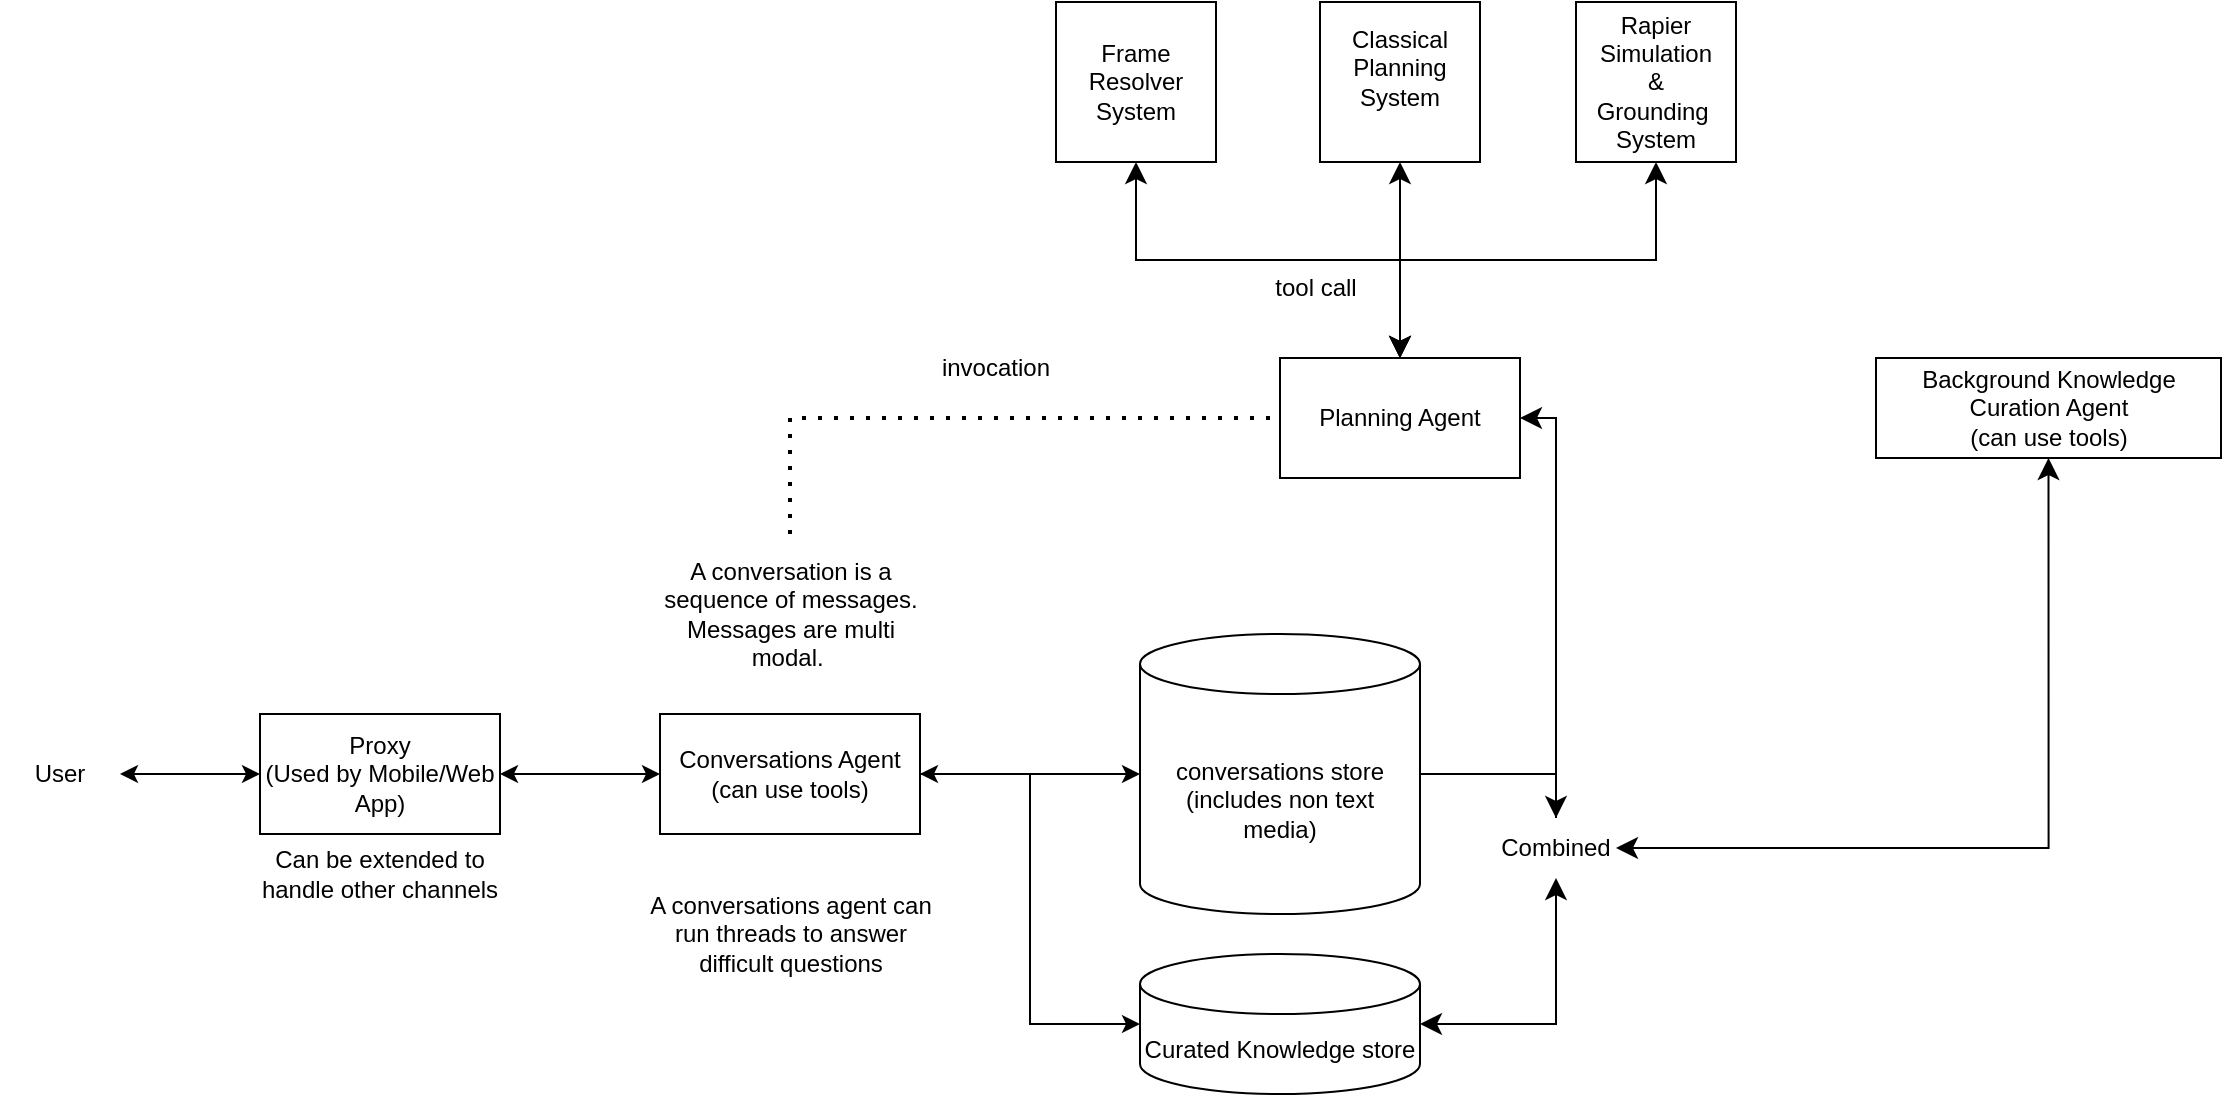
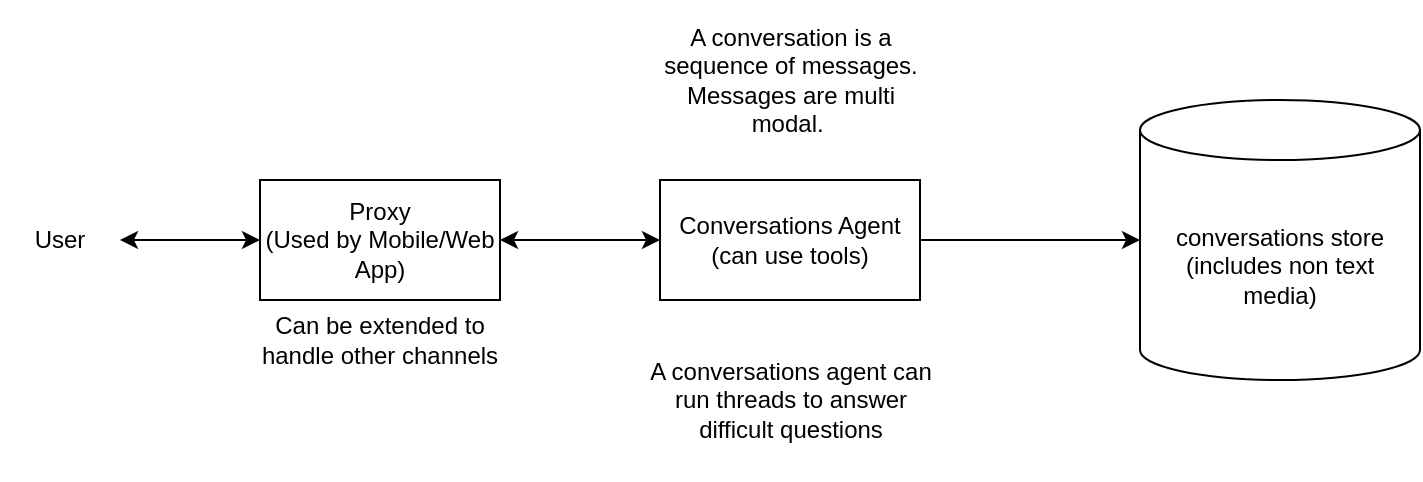
- <mxfile host="app.diagrams.net" agent="Mozilla/5.0 (Macintosh; Intel Mac OS X 10_15_7) AppleWebKit/537.36 (KHTML, like Gecko) Chrome/145.0.0.0 Safari/537.36" version="29.6.1">
+ <mxfile host="app.diagrams.net" agent="Mozilla/5.0 (Macintosh; Intel Mac OS X 10_15_7) AppleWebKit/537.36 (KHTML, like Gecko) Chrome/146.0.0.0 Safari/537.36" version="29.6.6">
  <diagram name="Page-1" id="Dqyu-HYP4LuDL_-nbSHv">
-     <mxGraphModel dx="1255" dy="631" grid="1" gridSize="10" guides="1" tooltips="1" connect="1" arrows="1" fold="1" page="1" pageScale="1" pageWidth="850" pageHeight="1100" math="0" shadow="0">
+     <mxGraphModel dx="1257" dy="584" grid="1" gridSize="10" guides="1" tooltips="1" connect="1" arrows="1" fold="1" page="1" pageScale="1" pageWidth="850" pageHeight="1100" math="0" shadow="0">
      <root>
        <mxCell id="0" />
        <mxCell id="1" parent="0" />
        <mxCell id="tdkvPv1jR6RBqB_QjgNG-2" parent="1" style="rounded=0;whiteSpace=wrap;html=1;" value="Proxy&lt;div&gt;(Used by Mobile/Web App)&lt;/div&gt;" vertex="1">
          <mxGeometry height="60" width="120" x="612" y="428" as="geometry" />
        </mxCell>
        <mxCell id="tdkvPv1jR6RBqB_QjgNG-3" parent="1" style="text;html=1;whiteSpace=wrap;strokeColor=none;fillColor=none;align=center;verticalAlign=middle;rounded=0;" value="Can be extended to handle other channels" vertex="1">
          <mxGeometry height="40" width="140" x="602" y="488" as="geometry" />
        </mxCell>
        <mxCell id="tdkvPv1jR6RBqB_QjgNG-4" parent="1" style="rounded=0;whiteSpace=wrap;html=1;" value="Conversations Agent&lt;br&gt;(can use tools)" vertex="1">
          <mxGeometry height="60" width="130" x="812" y="428" as="geometry" />
        </mxCell>
        <mxCell id="tdkvPv1jR6RBqB_QjgNG-5" parent="1" style="text;html=1;whiteSpace=wrap;strokeColor=none;fillColor=none;align=center;verticalAlign=middle;rounded=0;" value="A conversation is a sequence of messages.&lt;br&gt;Messages are multi modal.&amp;nbsp;" vertex="1">
          <mxGeometry height="80" width="145" x="804.5" y="338" as="geometry" />
        </mxCell>
-         <mxCell id="tdkvPv1jR6RBqB_QjgNG-47" edge="1" parent="1" source="tdkvPv1jR6RBqB_QjgNG-7" style="edgeStyle=orthogonalEdgeStyle;rounded=0;orthogonalLoop=1;jettySize=auto;html=1;entryX=0.5;entryY=0;entryDx=0;entryDy=0;fontSize=12;startSize=8;endSize=8;" target="tdkvPv1jR6RBqB_QjgNG-46">
-           <mxGeometry relative="1" as="geometry" />
-         </mxCell>
        <mxCell id="tdkvPv1jR6RBqB_QjgNG-7" parent="1" style="shape=cylinder3;whiteSpace=wrap;html=1;boundedLbl=1;backgroundOutline=1;size=15;" value="conversations store (includes non text &lt;br&gt;media)" vertex="1">
          <mxGeometry height="140" width="140" x="1052" y="388" as="geometry" />
-         </mxCell>
-         <mxCell id="tdkvPv1jR6RBqB_QjgNG-8" parent="1" style="rounded=0;whiteSpace=wrap;html=1;" value="Background Knowledge Curation Agent&lt;br&gt;(can use tools)" vertex="1">
-           <mxGeometry height="50" width="172.5" x="1420" y="250" as="geometry" />
        </mxCell>
        <mxCell id="tdkvPv1jR6RBqB_QjgNG-9" edge="1" parent="1" source="tdkvPv1jR6RBqB_QjgNG-2" style="endArrow=classic;startArrow=classic;html=1;rounded=0;entryX=0;entryY=0.5;entryDx=0;entryDy=0;exitX=1;exitY=0.5;exitDx=0;exitDy=0;" target="tdkvPv1jR6RBqB_QjgNG-4" value="">
          <mxGeometry height="50" relative="1" width="50" as="geometry">
            <mxPoint x="672" y="628" as="sourcePoint" />
            <mxPoint x="722" y="578" as="targetPoint" />
          </mxGeometry>
        </mxCell>
        <mxCell id="tdkvPv1jR6RBqB_QjgNG-10" edge="1" parent="1" style="endArrow=classic;startArrow=classic;html=1;rounded=0;entryX=0;entryY=0.5;entryDx=0;entryDy=0;" target="tdkvPv1jR6RBqB_QjgNG-2" value="">
          <mxGeometry height="50" relative="1" width="50" as="geometry">
            <mxPoint x="542" y="458" as="sourcePoint" />
            <mxPoint x="592" y="468" as="targetPoint" />
          </mxGeometry>
        </mxCell>
        <mxCell id="tdkvPv1jR6RBqB_QjgNG-11" parent="1" style="text;html=1;whiteSpace=wrap;strokeColor=none;fillColor=none;align=center;verticalAlign=middle;rounded=0;" value="User" vertex="1">
          <mxGeometry height="30" width="60" x="482" y="443" as="geometry" />
        </mxCell>
        <mxCell id="tdkvPv1jR6RBqB_QjgNG-12" edge="1" parent="1" source="tdkvPv1jR6RBqB_QjgNG-4" style="rounded=0;orthogonalLoop=1;jettySize=auto;html=1;entryX=0;entryY=0.5;entryDx=0;entryDy=0;entryPerimeter=0;" target="tdkvPv1jR6RBqB_QjgNG-7">
          <mxGeometry relative="1" as="geometry" />
        </mxCell>
-         <mxCell id="tdkvPv1jR6RBqB_QjgNG-13" parent="1" style="shape=cylinder3;whiteSpace=wrap;html=1;boundedLbl=1;backgroundOutline=1;size=15;" value="Curated Knowledge store" vertex="1">
-           <mxGeometry height="70" width="140" x="1052" y="548" as="geometry" />
-         </mxCell>
-         <mxCell id="tdkvPv1jR6RBqB_QjgNG-14" edge="1" parent="1" source="tdkvPv1jR6RBqB_QjgNG-4" style="endArrow=classic;startArrow=classic;html=1;rounded=0;entryX=0;entryY=0.5;entryDx=0;entryDy=0;entryPerimeter=0;exitX=1;exitY=0.5;exitDx=0;exitDy=0;edgeStyle=orthogonalEdgeStyle;" target="tdkvPv1jR6RBqB_QjgNG-13" value="">
-           <mxGeometry height="50" relative="1" width="50" as="geometry">
-             <mxPoint x="832" y="598" as="sourcePoint" />
-             <mxPoint x="882" y="548" as="targetPoint" />
-           </mxGeometry>
-         </mxCell>
        <mxCell id="tdkvPv1jR6RBqB_QjgNG-15" parent="1" style="text;html=1;whiteSpace=wrap;strokeColor=none;fillColor=none;align=center;verticalAlign=middle;rounded=0;" value="A conversations agent can run threads to answer difficult questions" vertex="1">
          <mxGeometry height="80" width="145" x="804.5" y="498" as="geometry" />
-         </mxCell>
-         <mxCell id="tdkvPv1jR6RBqB_QjgNG-25" parent="1" style="rounded=0;whiteSpace=wrap;html=1;" value="Planning Agent" vertex="1">
-           <mxGeometry height="60" width="120" x="1122" y="250" as="geometry" />
-         </mxCell>
-         <mxCell id="tdkvPv1jR6RBqB_QjgNG-27" parent="1" style="whiteSpace=wrap;html=1;aspect=fixed;" value="Frame Resolver&lt;div&gt;System&lt;/div&gt;" vertex="1">
-           <mxGeometry height="80" width="80" x="1010" y="72" as="geometry" />
-         </mxCell>
-         <mxCell id="tdkvPv1jR6RBqB_QjgNG-28" parent="1" style="whiteSpace=wrap;html=1;aspect=fixed;" value="Classical Planning&lt;div&gt;System&lt;br&gt;&lt;div&gt;&lt;br&gt;&lt;/div&gt;&lt;/div&gt;" vertex="1">
-           <mxGeometry height="80" width="80" x="1142" y="72" as="geometry" />
-         </mxCell>
-         <mxCell id="tdkvPv1jR6RBqB_QjgNG-29" parent="1" style="whiteSpace=wrap;html=1;aspect=fixed;" value="Rapier&lt;br&gt;Simulation&lt;div&gt;&amp;amp;&lt;/div&gt;&lt;div&gt;Grounding&amp;nbsp;&lt;/div&gt;&lt;div&gt;System&lt;/div&gt;" vertex="1">
-           <mxGeometry height="80" width="80" x="1270" y="72" as="geometry" />
-         </mxCell>
-         <mxCell id="tdkvPv1jR6RBqB_QjgNG-37" edge="1" parent="1" source="tdkvPv1jR6RBqB_QjgNG-25" style="endArrow=classic;startArrow=classic;html=1;rounded=0;fontSize=12;startSize=8;endSize=8;strokeColor=light-dark(#000000,#FF3333);entryX=0.5;entryY=1;entryDx=0;entryDy=0;exitX=0.5;exitY=0;exitDx=0;exitDy=0;edgeStyle=orthogonalEdgeStyle;" target="tdkvPv1jR6RBqB_QjgNG-27" value="">
-           <mxGeometry height="50" relative="1" width="50" as="geometry">
-             <mxPoint x="1020" y="392" as="sourcePoint" />
-             <mxPoint x="1070" y="342" as="targetPoint" />
-           </mxGeometry>
-         </mxCell>
-         <mxCell id="tdkvPv1jR6RBqB_QjgNG-38" edge="1" parent="1" source="tdkvPv1jR6RBqB_QjgNG-25" style="endArrow=classic;startArrow=classic;html=1;rounded=0;fontSize=12;startSize=8;endSize=8;curved=1;strokeColor=light-dark(#000000,#FF3333);entryX=0.5;entryY=1;entryDx=0;entryDy=0;exitX=0.5;exitY=0;exitDx=0;exitDy=0;" target="tdkvPv1jR6RBqB_QjgNG-28" value="">
-           <mxGeometry height="50" relative="1" width="50" as="geometry">
-             <mxPoint x="1020" y="392" as="sourcePoint" />
-             <mxPoint x="1070" y="342" as="targetPoint" />
-           </mxGeometry>
-         </mxCell>
-         <mxCell id="tdkvPv1jR6RBqB_QjgNG-40" edge="1" parent="1" source="tdkvPv1jR6RBqB_QjgNG-25" style="endArrow=classic;startArrow=classic;html=1;rounded=0;fontSize=12;startSize=8;endSize=8;strokeColor=light-dark(#000000,#FF3333);entryX=0.5;entryY=1;entryDx=0;entryDy=0;exitX=0.5;exitY=0;exitDx=0;exitDy=0;edgeStyle=orthogonalEdgeStyle;" target="tdkvPv1jR6RBqB_QjgNG-29" value="">
-           <mxGeometry height="50" relative="1" width="50" as="geometry">
-             <mxPoint x="1020" y="392" as="sourcePoint" />
-             <mxPoint x="1070" y="342" as="targetPoint" />
-           </mxGeometry>
-         </mxCell>
-         <mxCell id="tdkvPv1jR6RBqB_QjgNG-41" parent="1" style="text;html=1;whiteSpace=wrap;strokeColor=none;fillColor=none;align=center;verticalAlign=middle;rounded=0;" value="&lt;font style=&quot;color: light-dark(rgb(0, 0, 0), rgb(255, 0, 0));&quot;&gt;tool call&lt;/font&gt;" vertex="1">
-           <mxGeometry height="30" width="60" x="1110" y="200" as="geometry" />
-         </mxCell>
-         <mxCell id="tdkvPv1jR6RBqB_QjgNG-44" edge="1" parent="1" source="tdkvPv1jR6RBqB_QjgNG-13" style="endArrow=classic;startArrow=classic;html=1;rounded=0;fontSize=12;startSize=8;endSize=8;exitX=1;exitY=0.5;exitDx=0;exitDy=0;exitPerimeter=0;edgeStyle=orthogonalEdgeStyle;entryX=0.5;entryY=1;entryDx=0;entryDy=0;" target="tdkvPv1jR6RBqB_QjgNG-46" value="">
-           <mxGeometry height="50" relative="1" width="50" as="geometry">
-             <Array as="points">
-               <mxPoint x="1260" y="583" />
-             </Array>
-             <mxPoint x="1210" y="583" as="sourcePoint" />
-             <mxPoint x="1260" y="520" as="targetPoint" />
-           </mxGeometry>
-         </mxCell>
-         <mxCell id="tdkvPv1jR6RBqB_QjgNG-53" edge="1" parent="1" source="tdkvPv1jR6RBqB_QjgNG-46" style="edgeStyle=orthogonalEdgeStyle;rounded=0;orthogonalLoop=1;jettySize=auto;html=1;entryX=1;entryY=0.5;entryDx=0;entryDy=0;fontSize=12;startSize=8;endSize=8;" target="tdkvPv1jR6RBqB_QjgNG-25">
-           <mxGeometry relative="1" as="geometry">
-             <Array as="points">
-               <mxPoint x="1260" y="280" />
-             </Array>
-           </mxGeometry>
-         </mxCell>
-         <mxCell id="tdkvPv1jR6RBqB_QjgNG-46" parent="1" style="text;html=1;whiteSpace=wrap;strokeColor=none;fillColor=none;align=center;verticalAlign=middle;rounded=0;" value="Combined" vertex="1">
-           <mxGeometry height="30" width="60" x="1230" y="480" as="geometry" />
-         </mxCell>
-         <mxCell id="tdkvPv1jR6RBqB_QjgNG-54" edge="1" parent="1" source="tdkvPv1jR6RBqB_QjgNG-46" style="endArrow=classic;startArrow=classic;html=1;rounded=0;fontSize=12;startSize=8;endSize=8;exitX=1;exitY=0.5;exitDx=0;exitDy=0;entryX=0.5;entryY=1;entryDx=0;entryDy=0;edgeStyle=orthogonalEdgeStyle;" target="tdkvPv1jR6RBqB_QjgNG-8" value="">
-           <mxGeometry height="50" relative="1" width="50" as="geometry">
-             <mxPoint x="1400" y="468" as="sourcePoint" />
-             <mxPoint x="1450" y="418" as="targetPoint" />
-           </mxGeometry>
-         </mxCell>
-         <mxCell id="tdkvPv1jR6RBqB_QjgNG-55" edge="1" parent="1" source="tdkvPv1jR6RBqB_QjgNG-5" style="endArrow=none;dashed=1;html=1;dashPattern=1 3;strokeWidth=2;rounded=0;fontSize=12;startSize=8;endSize=8;strokeColor=light-dark(#000000,#FF3333);exitX=0.5;exitY=0;exitDx=0;exitDy=0;entryX=0;entryY=0.5;entryDx=0;entryDy=0;edgeStyle=orthogonalEdgeStyle;" target="tdkvPv1jR6RBqB_QjgNG-25" value="">
-           <mxGeometry height="50" relative="1" width="50" as="geometry">
-             <mxPoint x="1040" y="370" as="sourcePoint" />
-             <mxPoint x="1090" y="320" as="targetPoint" />
-           </mxGeometry>
-         </mxCell>
-         <mxCell id="tdkvPv1jR6RBqB_QjgNG-56" parent="1" style="text;html=1;whiteSpace=wrap;strokeColor=none;fillColor=none;align=center;verticalAlign=middle;rounded=0;" value="&lt;font style=&quot;color: light-dark(rgb(0, 0, 0), rgb(255, 0, 0));&quot;&gt;invocation&lt;/font&gt;" vertex="1">
-           <mxGeometry height="30" width="60" x="950" y="240" as="geometry" />
        </mxCell>
      </root>
    </mxGraphModel>
  </diagram>
</mxfile>
